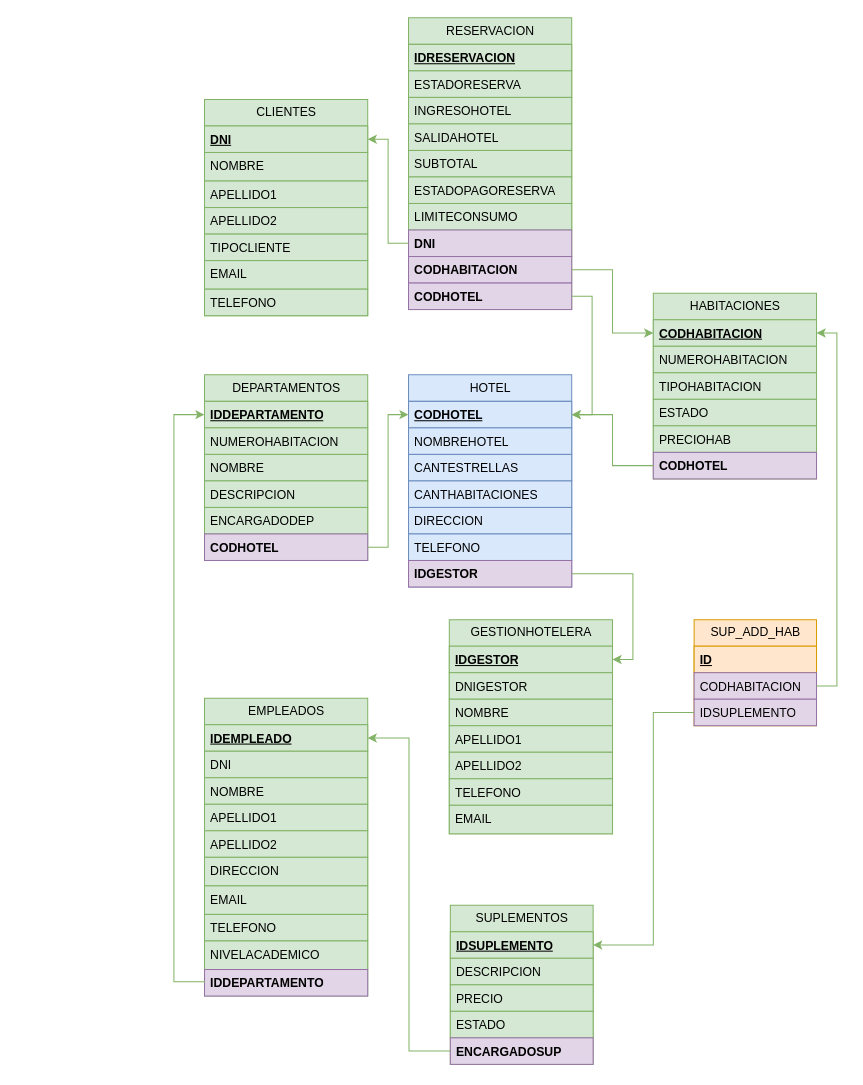
Earlier version of the draw.io diagram Diagrama sin título.drawio (Juanpi94/Proyecto-U). Source tidied: cells renumbered, new cells numbered last; positions are measured from the earlier drawing's top-left corner, leaving out a move shared by most shapes. Both pictures are drawn from the tidied source at 102%, with x=0, y=0 at pixel (173, 17).
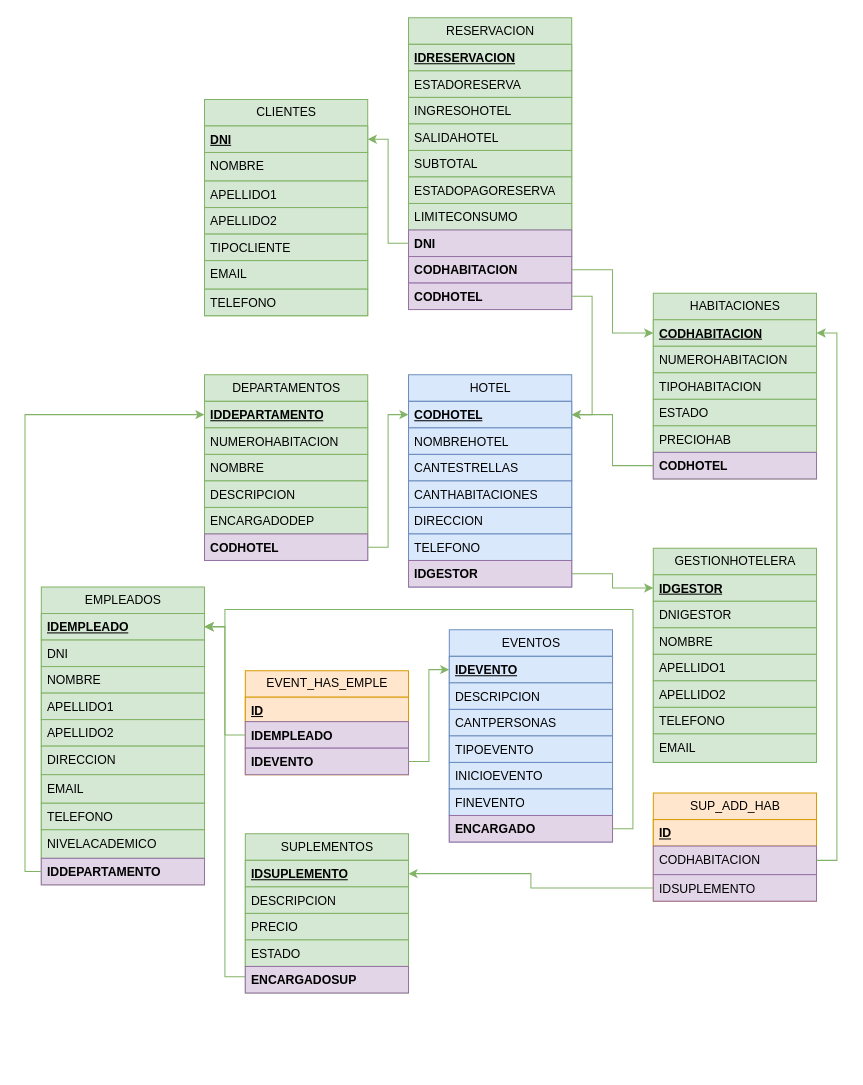
The same page after the edit.

Unchanged cells that the change refers to:
```xml
<mxCell id="3" value="&lt;b&gt;&lt;u&gt;IDGESTOR&lt;/u&gt;&lt;/b&gt;" style="text;strokeColor=#82b366;fillColor=#d5e8d4;align=left;verticalAlign=top;spacingLeft=4;spacingRight=4;overflow=hidden;points=[[0,0.5],[1,0.5]];portConstraint=eastwest;whiteSpace=wrap;html=1;" parent="2" vertex="1">
  <mxGeometry y="26" width="160" height="26" as="geometry" />
</mxCell>
<mxCell id="17" value="&lt;b&gt;IDGESTOR&lt;/b&gt;" style="text;strokeColor=#9673a6;fillColor=#e1d5e7;align=left;verticalAlign=top;spacingLeft=4;spacingRight=4;overflow=hidden;points=[[0,0.5],[1,0.5]];portConstraint=eastwest;whiteSpace=wrap;html=1;" parent="10" vertex="1">
  <mxGeometry y="182" width="160" height="26" as="geometry" />
</mxCell>
<mxCell id="27" value="&lt;b&gt;&lt;u&gt;IDDEPARTAMENTO&lt;/u&gt;&lt;/b&gt;" style="text;strokeColor=#82b366;fillColor=#d5e8d4;align=left;verticalAlign=top;spacingLeft=4;spacingRight=4;overflow=hidden;points=[[0,0.5],[1,0.5]];portConstraint=eastwest;whiteSpace=wrap;html=1;" parent="26" vertex="1">
  <mxGeometry y="26" width="160" height="26" as="geometry" />
</mxCell>
<mxCell id="35" value="&lt;b&gt;&lt;u&gt;IDEMPLEADO&lt;/u&gt;&lt;/b&gt;" style="text;strokeColor=#82b366;fillColor=#d5e8d4;align=left;verticalAlign=top;spacingLeft=4;spacingRight=4;overflow=hidden;points=[[0,0.5],[1,0.5]];portConstraint=eastwest;whiteSpace=wrap;html=1;" parent="34" vertex="1">
  <mxGeometry y="26" width="160" height="26" as="geometry" />
</mxCell>
<mxCell id="44" value="&lt;b&gt;IDDEPARTAMENTO&lt;/b&gt;" style="text;strokeColor=#9673a6;fillColor=#e1d5e7;align=left;verticalAlign=top;spacingLeft=4;spacingRight=4;overflow=hidden;points=[[0,0.5],[1,0.5]];portConstraint=eastwest;whiteSpace=wrap;html=1;" parent="34" vertex="1">
  <mxGeometry y="266" width="160" height="26" as="geometry" />
</mxCell>
```

Change to the diagram source:
```diff
@@
     <mxCell id="2" value="GESTIONHOTELERA" style="swimlane;fontStyle=0;horizontal=1;startSize=26;fillColor=#d5e8d4;html=1;strokeColor=#82b366;" parent="1" vertex="1">
-      <mxGeometry x="270" y="590" width="160" height="210" as="geometry" />
+      <mxGeometry x="470" y="520" width="160" height="210" as="geometry" />
     </mxCell>
@@
     <mxCell id="34" value="EMPLEADOS" style="swimlane;fontStyle=0;horizontal=1;startSize=26;fillColor=#d5e8d4;html=1;strokeColor=#82b366;" parent="1" vertex="1">
-      <mxGeometry x="30" y="667" width="160" height="292" as="geometry" />
+      <mxGeometry x="-130" y="558" width="160" height="292" as="geometry" />
     </mxCell>
@@
     <mxCell id="45" style="edgeStyle=orthogonalEdgeStyle;rounded=0;jettySize=auto;html=1;exitX=0;exitY=0.5;exitDx=0;exitDy=0;entryX=0;entryY=0.5;entryDx=0;entryDy=0;fillColor=#d5e8d4;strokeColor=#82b366;" parent="1" edge="1" source="44" target="27">
       <mxGeometry relative="1" as="geometry">
         <Array as="points">
-          <mxPoint y="945" />
-          <mxPoint y="389" />
+          <mxPoint x="-146" y="837" />
+          <mxPoint x="-146" y="389" />
         </Array>
       </mxGeometry>
     </mxCell>
+    <mxCell id="52" style="edgeStyle=orthogonalEdgeStyle;rounded=0;jettySize=auto;html=1;fillColor=#d5e8d4;strokeColor=#82b366;" parent="1" edge="1" source="51" target="35">
+      <mxGeometry relative="1" as="geometry">
+        <Array as="points">
+          <mxPoint x="50" y="940" />
+          <mxPoint x="50" y="597" />
+        </Array>
+      </mxGeometry>
+    </mxCell>
     <mxCell id="46" value="SUPLEMENTOS" style="swimlane;fontStyle=0;horizontal=1;startSize=26;fillColor=#d5e8d4;html=1;strokeColor=#82b366;" parent="1" vertex="1">
-      <mxGeometry x="271" y="870" width="140" height="156" as="geometry" />
+      <mxGeometry x="70" y="800" width="160" height="156" as="geometry" />
     </mxCell>
     <mxCell id="47" value="&lt;u&gt;&lt;b&gt;IDSUPLEMENTO&lt;/b&gt;&lt;/u&gt;" style="text;strokeColor=#82b366;fillColor=#d5e8d4;align=left;verticalAlign=top;spacingLeft=4;spacingRight=4;overflow=hidden;points=[[0,0.5],[1,0.5]];portConstraint=eastwest;whiteSpace=wrap;html=1;" parent="46" vertex="1">
-      <mxGeometry y="26" width="140" height="26" as="geometry" />
+      <mxGeometry y="26" width="160" height="26" as="geometry" />
     </mxCell>
     <mxCell id="48" value="DESCRIPCION" style="text;strokeColor=#82b366;fillColor=#d5e8d4;align=left;verticalAlign=top;spacingLeft=4;spacingRight=4;overflow=hidden;whiteSpace=wrap;html=1;" parent="46" vertex="1">
-      <mxGeometry y="52" width="140" height="26" as="geometry" />
+      <mxGeometry y="52" width="160" height="26" as="geometry" />
     </mxCell>
     <mxCell id="49" value="PRECIO" style="text;strokeColor=#82b366;fillColor=#d5e8d4;align=left;verticalAlign=top;spacingLeft=4;spacingRight=4;overflow=hidden;whiteSpace=wrap;html=1;" parent="46" vertex="1">
-      <mxGeometry y="78" width="140" height="26" as="geometry" />
+      <mxGeometry y="78" width="160" height="26" as="geometry" />
     </mxCell>
     <mxCell id="50" value="ESTADO" style="text;strokeColor=#82b366;fillColor=#d5e8d4;align=left;verticalAlign=top;spacingLeft=4;spacingRight=4;overflow=hidden;whiteSpace=wrap;html=1;" parent="46" vertex="1">
-      <mxGeometry y="104" width="140" height="26" as="geometry" />
+      <mxGeometry y="104" width="160" height="26" as="geometry" />
     </mxCell>
     <mxCell id="51" value="&lt;b&gt;ENCARGADOSUP&lt;/b&gt;" style="text;strokeColor=#9673a6;fillColor=#e1d5e7;align=left;verticalAlign=top;spacingLeft=4;spacingRight=4;overflow=hidden;points=[[0,0.5],[1,0.5]];portConstraint=eastwest;whiteSpace=wrap;html=1;" parent="46" vertex="1">
-      <mxGeometry y="130" width="140" height="26" as="geometry" />
+      <mxGeometry y="130" width="160" height="26" as="geometry" />
     </mxCell>
-    <mxCell id="52" style="edgeStyle=orthogonalEdgeStyle;rounded=0;jettySize=auto;html=1;exitX=0;exitY=0.5;exitDx=0;exitDy=0;fillColor=#d5e8d4;strokeColor=#82b366;" parent="1" edge="1" source="51" target="35">
-      <mxGeometry relative="1" as="geometry" />
-    </mxCell>
-    <mxCell id="53" style="edgeStyle=orthogonalEdgeStyle;rounded=0;jettySize=auto;html=1;exitX=1;exitY=0.5;exitDx=0;exitDy=0;entryX=1;entryY=0.5;entryDx=0;entryDy=0;fillColor=#d5e8d4;strokeColor=#82b366;" parent="1" edge="1" source="17" target="3">
-      <mxGeometry relative="1" as="geometry" />
-    </mxCell>
     <mxCell id="54" value="SUP_ADD_HAB" style="swimlane;fontStyle=0;horizontal=1;startSize=26;fillColor=#ffe6cc;html=1;strokeColor=#d79b00;" parent="1" vertex="1">
-      <mxGeometry x="510" y="590" width="120" height="104" as="geometry" />
+      <mxGeometry x="470" y="760" width="160" height="106" as="geometry" />
     </mxCell>
     <mxCell id="55" value="&lt;b&gt;&lt;u&gt;ID&lt;/u&gt;&lt;/b&gt;" style="text;strokeColor=#d79b00;fillColor=#ffe6cc;align=left;verticalAlign=top;spacingLeft=4;spacingRight=4;overflow=hidden;whiteSpace=wrap;html=1;" parent="54" vertex="1">
-      <mxGeometry y="26" width="120" height="26" as="geometry" />
+      <mxGeometry y="26" width="160" height="26" as="geometry" />
     </mxCell>
     <mxCell id="56" value="CODHABITACION" style="text;strokeColor=#9673a6;fillColor=#e1d5e7;align=left;verticalAlign=top;spacingLeft=4;spacingRight=4;overflow=hidden;points=[[0,0.5],[1,0.5]];portConstraint=eastwest;whiteSpace=wrap;html=1;" parent="54" vertex="1">
-      <mxGeometry y="52" width="120" height="26" as="geometry" />
+      <mxGeometry y="52" width="160" height="28" as="geometry" />
     </mxCell>
     <mxCell id="57" value="IDSUPLEMENTO" style="text;strokeColor=#9673a6;fillColor=#e1d5e7;align=left;verticalAlign=top;spacingLeft=4;spacingRight=4;overflow=hidden;points=[[0,0.5],[1,0.5]];portConstraint=eastwest;whiteSpace=wrap;html=1;" parent="54" vertex="1">
-      <mxGeometry y="78" width="120" height="26" as="geometry" />
+      <mxGeometry y="80" width="160" height="26" as="geometry" />
     </mxCell>
-    <mxCell id="58" style="edgeStyle=orthogonalEdgeStyle;rounded=0;jettySize=auto;html=1;exitX=0;exitY=0.5;exitDx=0;exitDy=0;fillColor=#d5e8d4;strokeColor=#82b366;" parent="1" edge="1" source="57" target="47">
-      <mxGeometry relative="1" as="geometry">
-        <Array as="points">
-          <mxPoint x="470" y="681" />
-          <mxPoint x="470" y="909" />
-        </Array>
-      </mxGeometry>
-    </mxCell>
@@
+    <mxCell id="82" value="EVENTOS" style="swimlane;fontStyle=0;horizontal=1;startSize=26;fillColor=#dae8fc;html=1;strokeColor=#6c8ebf;" parent="1" vertex="1">
+      <mxGeometry x="270" y="600" width="160" height="208" as="geometry" />
+    </mxCell>
+    <mxCell id="83" value="&lt;u&gt;&lt;b&gt;IDEVENTO&lt;/b&gt;&lt;/u&gt;" style="text;strokeColor=#6c8ebf;fillColor=#dae8fc;align=left;verticalAlign=top;spacingLeft=4;spacingRight=4;overflow=hidden;points=[[0,0.5],[1,0.5]];portConstraint=eastwest;whiteSpace=wrap;html=1;" parent="82" vertex="1">
+      <mxGeometry y="26" width="160" height="26" as="geometry" />
+    </mxCell>
+    <mxCell id="84" value="DESCRIPCION" style="text;strokeColor=#6c8ebf;fillColor=#dae8fc;align=left;verticalAlign=top;spacingLeft=4;spacingRight=4;overflow=hidden;whiteSpace=wrap;html=1;" parent="82" vertex="1">
+      <mxGeometry y="52" width="160" height="26" as="geometry" />
+    </mxCell>
+    <mxCell id="85" value="CANTPERSONAS" style="text;strokeColor=#6c8ebf;fillColor=#dae8fc;align=left;verticalAlign=top;spacingLeft=4;spacingRight=4;overflow=hidden;whiteSpace=wrap;html=1;" parent="82" vertex="1">
+      <mxGeometry y="78" width="160" height="26" as="geometry" />
+    </mxCell>
+    <mxCell id="86" value="TIPOEVENTO" style="text;strokeColor=#6c8ebf;fillColor=#dae8fc;align=left;verticalAlign=top;spacingLeft=4;spacingRight=4;overflow=hidden;whiteSpace=wrap;html=1;" parent="82" vertex="1">
+      <mxGeometry y="104" width="160" height="26" as="geometry" />
+    </mxCell>
+    <mxCell id="87" value="INICIOEVENTO" style="text;strokeColor=#6c8ebf;fillColor=#dae8fc;align=left;verticalAlign=top;spacingLeft=4;spacingRight=4;overflow=hidden;whiteSpace=wrap;html=1;" parent="82" vertex="1">
+      <mxGeometry y="130" width="160" height="26" as="geometry" />
+    </mxCell>
+    <mxCell id="88" value="FINEVENTO" style="text;strokeColor=#6c8ebf;fillColor=#dae8fc;align=left;verticalAlign=top;spacingLeft=4;spacingRight=4;overflow=hidden;whiteSpace=wrap;html=1;" parent="82" vertex="1">
+      <mxGeometry y="156" width="160" height="26" as="geometry" />
+    </mxCell>
+    <mxCell id="89" value="&lt;b&gt;ENCARGADO&lt;/b&gt;" style="text;strokeColor=#9673a6;fillColor=#e1d5e7;align=left;verticalAlign=top;spacingLeft=4;spacingRight=4;overflow=hidden;points=[[0,0.5],[1,0.5]];portConstraint=eastwest;whiteSpace=wrap;html=1;" parent="82" vertex="1">
+      <mxGeometry y="182" width="160" height="26" as="geometry" />
+    </mxCell>
+    <mxCell id="90" value="EVENT_HAS_EMPLE" style="swimlane;fontStyle=0;horizontal=1;startSize=26;fillColor=#ffe6cc;html=1;strokeColor=#d79b00;" parent="1" vertex="1">
+      <mxGeometry x="70" y="640" width="160" height="102" as="geometry" />
+    </mxCell>
+    <mxCell id="91" value="&lt;u&gt;&lt;b&gt;ID&lt;/b&gt;&lt;/u&gt;" style="text;strokeColor=#d79b00;fillColor=#ffe6cc;align=left;verticalAlign=top;spacingLeft=4;spacingRight=4;overflow=hidden;whiteSpace=wrap;html=1;" parent="90" vertex="1">
+      <mxGeometry y="26" width="160" height="24" as="geometry" />
+    </mxCell>
+    <mxCell id="92" value="&lt;b&gt;IDEMPLEADO&lt;/b&gt;" style="text;strokeColor=#9673a6;fillColor=#e1d5e7;align=left;verticalAlign=top;spacingLeft=4;spacingRight=4;overflow=hidden;points=[[0,0.5],[1,0.5]];portConstraint=eastwest;whiteSpace=wrap;html=1;" parent="90" vertex="1">
+      <mxGeometry y="50" width="160" height="26" as="geometry" />
+    </mxCell>
+    <mxCell id="93" value="&lt;b style=&quot;&quot;&gt;IDEVENTO&lt;/b&gt;" style="text;strokeColor=#9673a6;fillColor=#e1d5e7;align=left;verticalAlign=top;spacingLeft=4;spacingRight=4;overflow=hidden;points=[[0,0.5],[1,0.5]];portConstraint=eastwest;whiteSpace=wrap;html=1;" parent="90" vertex="1">
+      <mxGeometry y="76" width="160" height="26" as="geometry" />
+    </mxCell>
+    <mxCell id="53" style="edgeStyle=orthogonalEdgeStyle;rounded=0;jettySize=auto;html=1;exitX=1;exitY=0.5;exitDx=0;exitDy=0;fillColor=#d5e8d4;strokeColor=#82b366;" parent="1" edge="1" source="17" target="3">
+      <mxGeometry relative="1" as="geometry" />
+    </mxCell>
+    <mxCell id="58" style="edgeStyle=orthogonalEdgeStyle;rounded=0;jettySize=auto;html=1;exitX=0;exitY=0.5;exitDx=0;exitDy=0;fillColor=#d5e8d4;strokeColor=#82b366;" parent="1" edge="1" source="57" target="47">
+      <mxGeometry relative="1" as="geometry" />
+    </mxCell>
+    <mxCell id="94" style="edgeStyle=orthogonalEdgeStyle;rounded=0;jettySize=auto;html=1;exitX=0;exitY=0.5;exitDx=0;exitDy=0;fillColor=#d5e8d4;strokeColor=#82b366;" parent="1" edge="1" source="92" target="35">
+      <mxGeometry relative="1" as="geometry" />
+    </mxCell>
+    <mxCell id="95" style="edgeStyle=orthogonalEdgeStyle;rounded=0;jettySize=auto;html=1;exitX=1;exitY=0.5;exitDx=0;exitDy=0;fillColor=#d5e8d4;strokeColor=#82b366;" parent="1" edge="1" source="93" target="83">
+      <mxGeometry relative="1" as="geometry" />
+    </mxCell>
+    <mxCell id="96" style="edgeStyle=orthogonalEdgeStyle;rounded=0;jettySize=auto;html=1;exitX=1;exitY=0.5;exitDx=0;exitDy=0;entryX=1;entryY=0.5;entryDx=0;entryDy=0;fillColor=#d5e8d4;strokeColor=#82b366;" parent="1" edge="1" source="89" target="35">
+      <mxGeometry relative="1" as="geometry">
+        <Array as="points">
+          <mxPoint x="450" y="795" />
+          <mxPoint x="450" y="580" />
+          <mxPoint x="50" y="580" />
+          <mxPoint x="50" y="597" />
+        </Array>
+      </mxGeometry>
+    </mxCell>
```
